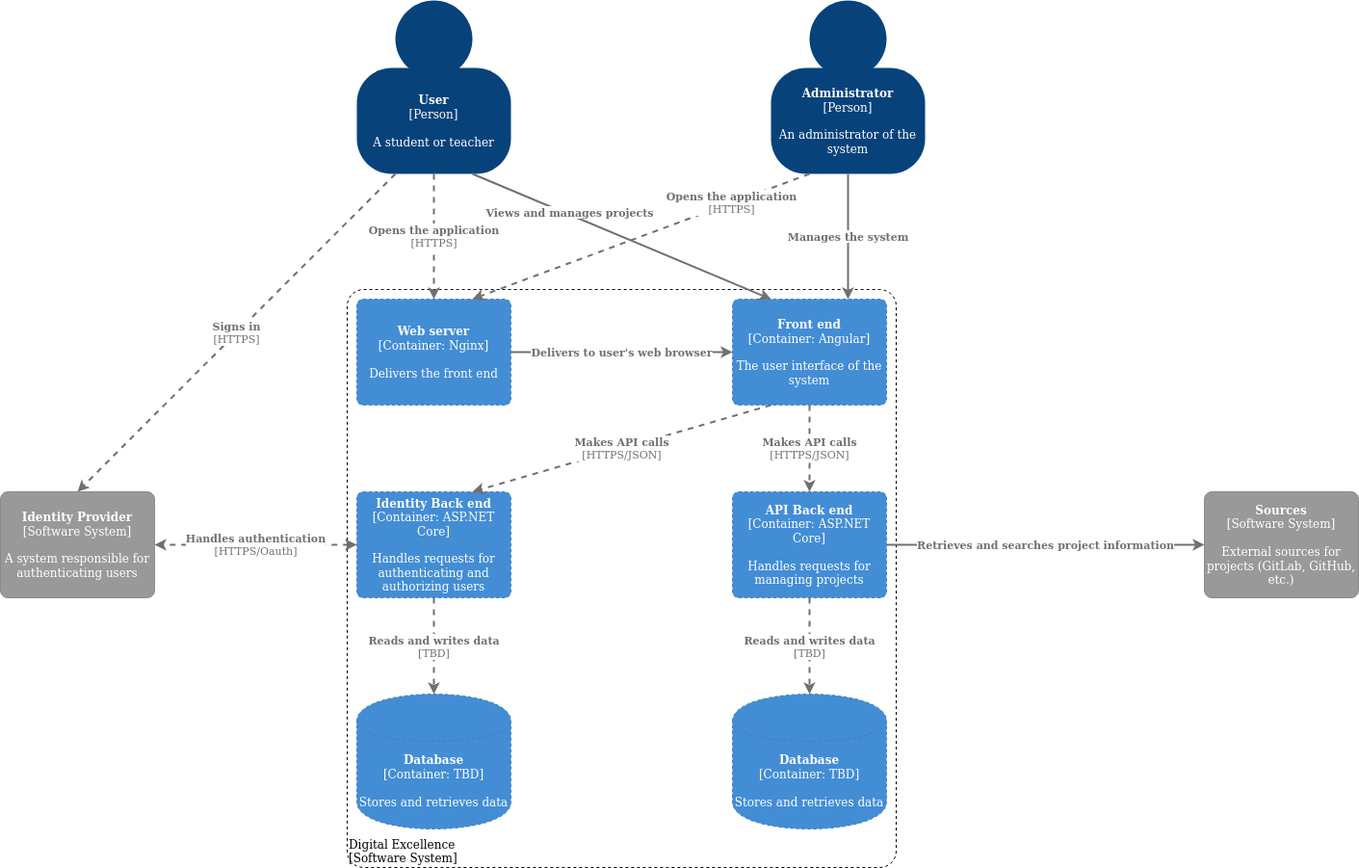
aintabb/dex-backend-wiki keeps this draw.io diagram as images/architecture/C2.png. Above is the earlier version. Source tidied: cells renumbered, new cells last; positions are measured from the earlier drawing's top-left corner, leaving out a move shared by most shapes. Its diagram source:
```xml
<mxGraphModel>
  <root>
    <mxCell id="0" />
    <mxCell id="1" parent="0" />
    <mxCell id="2" style="group;rounded=0;labelBackgroundColor=none;fillColor=none;fontColor=#ffffff;align=center;html=1;" parent="1" vertex="1">
      <mxGeometry x="370" width="160" height="180" as="geometry" />
    </mxCell>
    <object id="3" label="&lt;b&gt;User&lt;/b&gt;&lt;div&gt;[Person]&lt;/div&gt;&lt;div&gt;&lt;br&gt;&lt;/div&gt;&lt;div&gt;A student or teacher&lt;br&gt;&lt;/div&gt;" c4Description="Description" c4Name="name" c4Type="body" placeholders="1">
      <mxCell style="rounded=1;whiteSpace=wrap;html=1;labelBackgroundColor=none;fillColor=#08427b;fontColor=#ffffff;align=center;arcSize=33;strokeColor=3c7fc0;" parent="2" vertex="1">
        <mxGeometry y="70" width="160" height="110" as="geometry" />
      </mxCell>
    </object>
    <mxCell id="4" style="ellipse;whiteSpace=wrap;html=1;rounded=0;labelBackgroundColor=none;fillColor=#08427b;fontSize=12;fontColor=#ffffff;align=center;strokeColor=3c7fc0;" parent="2" vertex="1">
      <mxGeometry x="40" width="80" height="80" as="geometry" />
    </mxCell>
    <mxCell id="5" style="group;rounded=0;labelBackgroundColor=none;fillColor=none;fontColor=#ffffff;align=center;html=1;" parent="1" vertex="1">
      <mxGeometry x="800" width="160" height="180" as="geometry" />
    </mxCell>
    <object id="6" label="&lt;b&gt;Administrator&lt;/b&gt;&lt;div&gt;[Person]&lt;/div&gt;&lt;div&gt;&lt;br&gt;&lt;/div&gt;&lt;div&gt;An administrator of the system&lt;br&gt;&lt;/div&gt;" c4Description="Description" c4Name="name" c4Type="body" placeholders="1">
      <mxCell style="rounded=1;whiteSpace=wrap;html=1;labelBackgroundColor=none;fillColor=#08427b;fontColor=#ffffff;align=center;arcSize=33;strokeColor=3c7fc0;" parent="5" vertex="1">
        <mxGeometry y="70" width="160" height="110" as="geometry" />
      </mxCell>
    </object>
    <mxCell id="7" style="ellipse;whiteSpace=wrap;html=1;rounded=0;labelBackgroundColor=none;fillColor=#08427b;fontSize=12;fontColor=#ffffff;align=center;strokeColor=3c7fc0;" parent="5" vertex="1">
      <mxGeometry x="40" width="80" height="80" as="geometry" />
    </mxCell>
    <object id="8" label="&lt;b&gt;Identity Provider&lt;br&gt;&lt;/b&gt;&lt;div&gt;[Software System]&lt;/div&gt;&lt;div&gt;&lt;br&gt;&lt;/div&gt;&lt;div&gt;A system responsible for authenticating users&lt;br&gt;&lt;/div&gt;" c4Description="Description" c4Name="name" c4Type="SoftwareSystemDependency" placeholders="1">
      <mxCell style="rounded=1;whiteSpace=wrap;html=1;labelBackgroundColor=none;fillColor=#999999;fontColor=#ffffff;align=center;arcSize=7;strokeColor=#8a8a8a;" parent="1" vertex="1">
        <mxGeometry y="510" width="160" height="110" as="geometry" />
      </mxCell>
    </object>
    <object id="9" label="&lt;b&gt;Sources&lt;/b&gt;&lt;div&gt;[Software System]&lt;/div&gt;&lt;div&gt;&lt;br&gt;&lt;/div&gt;&lt;div&gt;External sources for projects (GitLab, GitHub, etc.)&lt;br&gt;&lt;/div&gt;" c4Description="Description" c4Name="name" c4Type="SoftwareSystemDependency" placeholders="1">
      <mxCell style="rounded=1;whiteSpace=wrap;html=1;labelBackgroundColor=none;fillColor=#999999;fontColor=#ffffff;align=center;arcSize=7;strokeColor=#8a8a8a;" parent="1" vertex="1">
        <mxGeometry x="1250" y="510" width="160" height="110" as="geometry" />
      </mxCell>
    </object>
    <object id="10" label="&lt;div style=&quot;text-align: left&quot;&gt;Digital Excellence&lt;br&gt;&lt;/div&gt;&lt;div style=&quot;text-align: left&quot;&gt;[Software System]&lt;/div&gt;" c4Application="applicationAndVersion" c4Name="name" c4Type="ExecutionEnvironment" placeholders="1">
      <mxCell style="rounded=1;whiteSpace=wrap;html=1;labelBackgroundColor=none;fillColor=#ffffff;fontColor=#000000;align=left;arcSize=3;strokeColor=#000000;verticalAlign=bottom;dashed=1;" parent="1" vertex="1">
        <mxGeometry x="360" y="300" width="570" height="600" as="geometry" />
      </mxCell>
    </object>
    <object id="11" label="&lt;span&gt;&lt;b&gt;Web server&lt;/b&gt;&lt;/span&gt;&lt;div&gt;[Container: Nginx&lt;span&gt;]&lt;/span&gt;&lt;/div&gt;&lt;div&gt;&lt;br&gt;&lt;/div&gt;&lt;div&gt;Delivers the front end&lt;br&gt;&lt;/div&gt;" c4Description="Description" c4Name="name" c4Technology="technology" c4Type="Container" placeholders="1">
      <mxCell style="rounded=1;whiteSpace=wrap;html=1;labelBackgroundColor=none;fillColor=#438dd5;fontColor=#ffffff;align=center;arcSize=6;strokeColor=#3c7fc0;dashed=1;" parent="1" vertex="1">
        <mxGeometry x="370" y="310" width="160" height="110" as="geometry" />
      </mxCell>
    </object>
    <object id="12" label="&lt;span&gt;&lt;b&gt;Front end&lt;/b&gt;&lt;/span&gt;&lt;div&gt;[Container: Angular&lt;span&gt;]&lt;/span&gt;&lt;/div&gt;&lt;div&gt;&lt;br&gt;&lt;/div&gt;&lt;div&gt;The user interface of the system&lt;br&gt;&lt;/div&gt;" c4Description="Description" c4Name="name" c4Technology="technology" c4Type="Container" placeholders="1">
      <mxCell style="rounded=1;whiteSpace=wrap;html=1;labelBackgroundColor=none;fillColor=#438dd5;fontColor=#ffffff;align=center;arcSize=6;strokeColor=#3c7fc0;dashed=1;" parent="1" vertex="1">
        <mxGeometry x="760" y="310" width="160" height="110" as="geometry" />
      </mxCell>
    </object>
    <object id="13" label="&lt;span&gt;&lt;b&gt;API Back end&lt;br&gt;&lt;/b&gt;&lt;/span&gt;&lt;div&gt;[Container: ASP.NET Core&lt;span&gt;]&lt;/span&gt;&lt;/div&gt;&lt;div&gt;&lt;br&gt;&lt;/div&gt;&lt;div&gt;Handles requests for managing projects&lt;br&gt;&lt;/div&gt;" c4Description="Description" c4Name="name" c4Technology="technology" c4Type="Container" placeholders="1">
      <mxCell style="rounded=1;whiteSpace=wrap;html=1;labelBackgroundColor=none;fillColor=#438dd5;fontColor=#ffffff;align=center;arcSize=6;strokeColor=#3c7fc0;dashed=1;" parent="1" vertex="1">
        <mxGeometry x="760" y="510" width="160" height="110" as="geometry" />
      </mxCell>
    </object>
    <object id="14" label="&lt;span&gt;&lt;b&gt;Identity Back end&lt;br&gt;&lt;/b&gt;&lt;/span&gt;&lt;div&gt;[Container: ASP.NET Core&lt;span&gt;]&lt;/span&gt;&lt;/div&gt;&lt;div&gt;&lt;br&gt;&lt;/div&gt;&lt;div&gt;Handles requests for authenticating and authorizing users&lt;br&gt;&lt;/div&gt;" c4Description="Description" c4Name="name" c4Technology="technology" c4Type="Container" placeholders="1">
      <mxCell style="rounded=1;whiteSpace=wrap;html=1;labelBackgroundColor=none;fillColor=#438dd5;fontColor=#ffffff;align=center;arcSize=6;strokeColor=#3c7fc0;dashed=1;" parent="1" vertex="1">
        <mxGeometry x="370" y="510" width="160" height="110" as="geometry" />
      </mxCell>
    </object>
    <object id="15" label="&lt;b&gt;&lt;span&gt;Database&lt;/span&gt;&lt;/b&gt;&lt;div&gt;[Container: TBD]&lt;/div&gt;&lt;div&gt;&lt;br&gt;&lt;/div&gt;&lt;div&gt;Stores and retrieves data&lt;br&gt;&lt;/div&gt;" c4Description="Description" c4Technology="technology" c4Type="Database" placeholders="1">
      <mxCell style="shape=cylinder;whiteSpace=wrap;html=1;boundedLbl=1;rounded=0;labelBackgroundColor=none;fillColor=#438dd5;fontSize=12;fontColor=#ffffff;align=center;strokeColor=#3c7fc0;dashed=1;" parent="1" vertex="1">
        <mxGeometry x="760" y="720" width="160" height="140" as="geometry" />
      </mxCell>
    </object>
    <mxCell id="16" value="&lt;div style=&quot;text-align: left&quot;&gt;&lt;div style=&quot;text-align: center&quot;&gt;&lt;b&gt;Delivers to user's web browser&lt;br&gt;&lt;/b&gt;&lt;/div&gt;&lt;/div&gt;" style="edgeStyle=none;rounded=0;html=1;entryX=0;entryY=0.5;jettySize=auto;strokeColor=#707070;strokeWidth=2;fontColor=#707070;jumpStyle=none;startArrow=none;startFill=0;exitX=1;exitY=0.5;exitDx=0;exitDy=0;entryDx=0;entryDy=0;" parent="1" edge="1" source="11" target="12">
      <mxGeometry relative="1" as="geometry" />
    </mxCell>
    <mxCell id="17" value="&lt;div style=&quot;text-align: left&quot;&gt;&lt;div style=&quot;text-align: center&quot;&gt;&lt;b&gt;Makes API calls&lt;br&gt;&lt;/b&gt;&lt;/div&gt;&lt;div style=&quot;text-align: center&quot;&gt;[HTTPS/JSON]&lt;/div&gt;&lt;/div&gt;" style="edgeStyle=none;rounded=0;html=1;entryX=0.5;entryY=0;jettySize=auto;strokeColor=#707070;strokeWidth=2;fontColor=#707070;jumpStyle=none;dashed=1;startArrow=none;startFill=0;entryDx=0;entryDy=0;exitX=0.5;exitY=1;exitDx=0;exitDy=0;" parent="1" edge="1" source="12" target="13">
      <mxGeometry relative="1" as="geometry" />
    </mxCell>
    <mxCell id="18" value="&lt;div style=&quot;text-align: left&quot;&gt;&lt;div style=&quot;text-align: center&quot;&gt;&lt;b&gt;Makes API calls&lt;br&gt;&lt;/b&gt;&lt;/div&gt;&lt;div style=&quot;text-align: center&quot;&gt;[HTTPS/JSON]&lt;/div&gt;&lt;/div&gt;" style="edgeStyle=none;rounded=0;html=1;entryX=0.75;entryY=0;jettySize=auto;strokeColor=#707070;strokeWidth=2;fontColor=#707070;jumpStyle=none;dashed=1;startArrow=none;startFill=0;entryDx=0;entryDy=0;exitX=0.25;exitY=1;exitDx=0;exitDy=0;" parent="1" edge="1" source="12" target="14">
      <mxGeometry relative="1" as="geometry" />
    </mxCell>
    <mxCell id="19" value="&lt;div style=&quot;text-align: left&quot;&gt;&lt;div style=&quot;text-align: center&quot;&gt;&lt;b&gt;Reads and writes data&lt;br&gt;&lt;/b&gt;&lt;/div&gt;&lt;div style=&quot;text-align: center&quot;&gt;[TBD]&lt;/div&gt;&lt;/div&gt;" style="edgeStyle=none;rounded=0;html=1;entryX=0.5;entryY=0;jettySize=auto;strokeColor=#707070;strokeWidth=2;fontColor=#707070;jumpStyle=none;dashed=1;startArrow=none;startFill=0;entryDx=0;entryDy=0;exitX=0.5;exitY=1;exitDx=0;exitDy=0;" parent="1" edge="1" source="13" target="15">
      <mxGeometry relative="1" as="geometry" />
    </mxCell>
    <mxCell id="20" value="&lt;div style=&quot;text-align: left&quot;&gt;&lt;div style=&quot;text-align: center&quot;&gt;&lt;b&gt;Handles authentication&lt;br&gt;&lt;/b&gt;&lt;/div&gt;&lt;div style=&quot;text-align: center&quot;&gt;[HTTPS/Oauth]&lt;/div&gt;&lt;/div&gt;" style="edgeStyle=none;rounded=0;html=1;entryX=1;entryY=0.5;jettySize=auto;strokeColor=#707070;strokeWidth=2;fontColor=#707070;jumpStyle=none;dashed=1;exitX=0;exitY=0.5;exitDx=0;exitDy=0;entryDx=0;entryDy=0;startArrow=classic;startFill=1;" parent="1" edge="1" source="14" target="8">
      <mxGeometry relative="1" as="geometry" />
    </mxCell>
    <mxCell id="21" value="&lt;div style=&quot;text-align: left&quot;&gt;&lt;div style=&quot;text-align: center&quot;&gt;&lt;b&gt;Retrieves and searches project information&lt;br&gt;&lt;/b&gt;&lt;/div&gt;&lt;/div&gt;" style="edgeStyle=none;rounded=0;html=1;entryX=0;entryY=0.5;jettySize=auto;strokeColor=#707070;strokeWidth=2;fontColor=#707070;jumpStyle=none;exitX=1;exitY=0.5;exitDx=0;exitDy=0;entryDx=0;entryDy=0;" parent="1" edge="1" source="13" target="9">
      <mxGeometry relative="1" as="geometry" />
    </mxCell>
    <mxCell id="22" value="&lt;div style=&quot;text-align: left&quot;&gt;&lt;div style=&quot;text-align: center&quot;&gt;&lt;b&gt;Signs in&lt;br&gt;&lt;/b&gt;&lt;/div&gt;&lt;div style=&quot;text-align: center&quot;&gt;[HTTPS]&lt;/div&gt;&lt;/div&gt;" style="edgeStyle=none;rounded=0;html=1;entryX=0.5;entryY=0;jettySize=auto;strokeColor=#707070;strokeWidth=2;fontColor=#707070;jumpStyle=none;dashed=1;exitX=0.25;exitY=1;exitDx=0;exitDy=0;entryDx=0;entryDy=0;" parent="1" edge="1" source="3" target="8">
      <mxGeometry relative="1" as="geometry" />
    </mxCell>
    <mxCell id="23" value="&lt;div style=&quot;text-align: left&quot;&gt;&lt;div style=&quot;text-align: center&quot;&gt;&lt;b&gt;Manages the system&lt;br&gt;&lt;/b&gt;&lt;/div&gt;&lt;/div&gt;" style="edgeStyle=none;rounded=0;html=1;entryX=0.75;entryY=0;jettySize=auto;strokeColor=#707070;strokeWidth=2;fontColor=#707070;jumpStyle=none;exitX=0.5;exitY=1;exitDx=0;exitDy=0;entryDx=0;entryDy=0;" parent="1" edge="1" source="6" target="12">
      <mxGeometry relative="1" as="geometry" />
    </mxCell>
    <mxCell id="24" value="&lt;div style=&quot;text-align: left&quot;&gt;&lt;div style=&quot;text-align: center&quot;&gt;&lt;b&gt;Views and manages projects&lt;br&gt;&lt;/b&gt;&lt;/div&gt;&lt;/div&gt;" style="edgeStyle=none;rounded=0;html=1;entryX=0.25;entryY=0;jettySize=auto;strokeColor=#707070;strokeWidth=2;fontColor=#707070;jumpStyle=none;exitX=0.75;exitY=1;exitDx=0;exitDy=0;entryDx=0;entryDy=0;" parent="1" edge="1" source="3" target="12">
      <mxGeometry x="-0.36" y="2" relative="1" as="geometry" />
    </mxCell>
    <mxCell id="25" value="&lt;div style=&quot;text-align: left&quot;&gt;&lt;div style=&quot;text-align: center&quot;&gt;&lt;b&gt;Opens the application&lt;br&gt;&lt;/b&gt;&lt;/div&gt;&lt;div style=&quot;text-align: center&quot;&gt;[HTTPS]&lt;/div&gt;&lt;/div&gt;" style="edgeStyle=none;rounded=0;html=1;entryX=0.5;entryY=0;jettySize=auto;strokeColor=#707070;strokeWidth=2;fontColor=#707070;jumpStyle=none;dashed=1;startArrow=none;startFill=0;exitX=0.5;exitY=1;exitDx=0;exitDy=0;entryDx=0;entryDy=0;" parent="1" edge="1" source="3" target="11">
      <mxGeometry relative="1" as="geometry" />
    </mxCell>
    <mxCell id="26" value="&lt;div style=&quot;text-align: left&quot;&gt;&lt;div style=&quot;text-align: center&quot;&gt;&lt;b&gt;Opens the application&lt;br&gt;&lt;/b&gt;&lt;/div&gt;&lt;div style=&quot;text-align: center&quot;&gt;[HTTPS]&lt;/div&gt;&lt;/div&gt;" style="edgeStyle=none;rounded=0;html=1;entryX=0.75;entryY=0;jettySize=auto;strokeColor=#707070;strokeWidth=2;fontColor=#707070;jumpStyle=none;dashed=1;startArrow=none;startFill=0;exitX=0.25;exitY=1;exitDx=0;exitDy=0;entryDx=0;entryDy=0;" parent="1" edge="1" source="6" target="11">
      <mxGeometry x="-0.54" relative="1" as="geometry" />
    </mxCell>
    <object id="27" label="&lt;b&gt;&lt;span&gt;Database&lt;/span&gt;&lt;/b&gt;&lt;div&gt;[Container: TBD]&lt;/div&gt;&lt;div&gt;&lt;br&gt;&lt;/div&gt;&lt;div&gt;Stores and retrieves data&lt;br&gt;&lt;/div&gt;" c4Description="Description" c4Technology="technology" c4Type="Database" placeholders="1">
      <mxCell style="shape=cylinder;whiteSpace=wrap;html=1;boundedLbl=1;rounded=0;labelBackgroundColor=none;fillColor=#438dd5;fontSize=12;fontColor=#ffffff;align=center;strokeColor=#3c7fc0;dashed=1;" parent="1" vertex="1">
        <mxGeometry x="370" y="720" width="160" height="140" as="geometry" />
      </mxCell>
    </object>
    <mxCell id="28" value="&lt;div style=&quot;text-align: left&quot;&gt;&lt;div style=&quot;text-align: center&quot;&gt;&lt;b&gt;Reads and writes data&lt;br&gt;&lt;/b&gt;&lt;/div&gt;&lt;div style=&quot;text-align: center&quot;&gt;[TBD]&lt;/div&gt;&lt;/div&gt;" style="edgeStyle=none;rounded=0;html=1;entryX=0.5;entryY=0;jettySize=auto;strokeColor=#707070;strokeWidth=2;fontColor=#707070;jumpStyle=none;dashed=1;startArrow=none;startFill=0;entryDx=0;entryDy=0;exitX=0.5;exitY=1;exitDx=0;exitDy=0;" parent="1" edge="1" source="14" target="27">
      <mxGeometry relative="1" as="geometry" />
    </mxCell>
  </root>
</mxGraphModel>
```
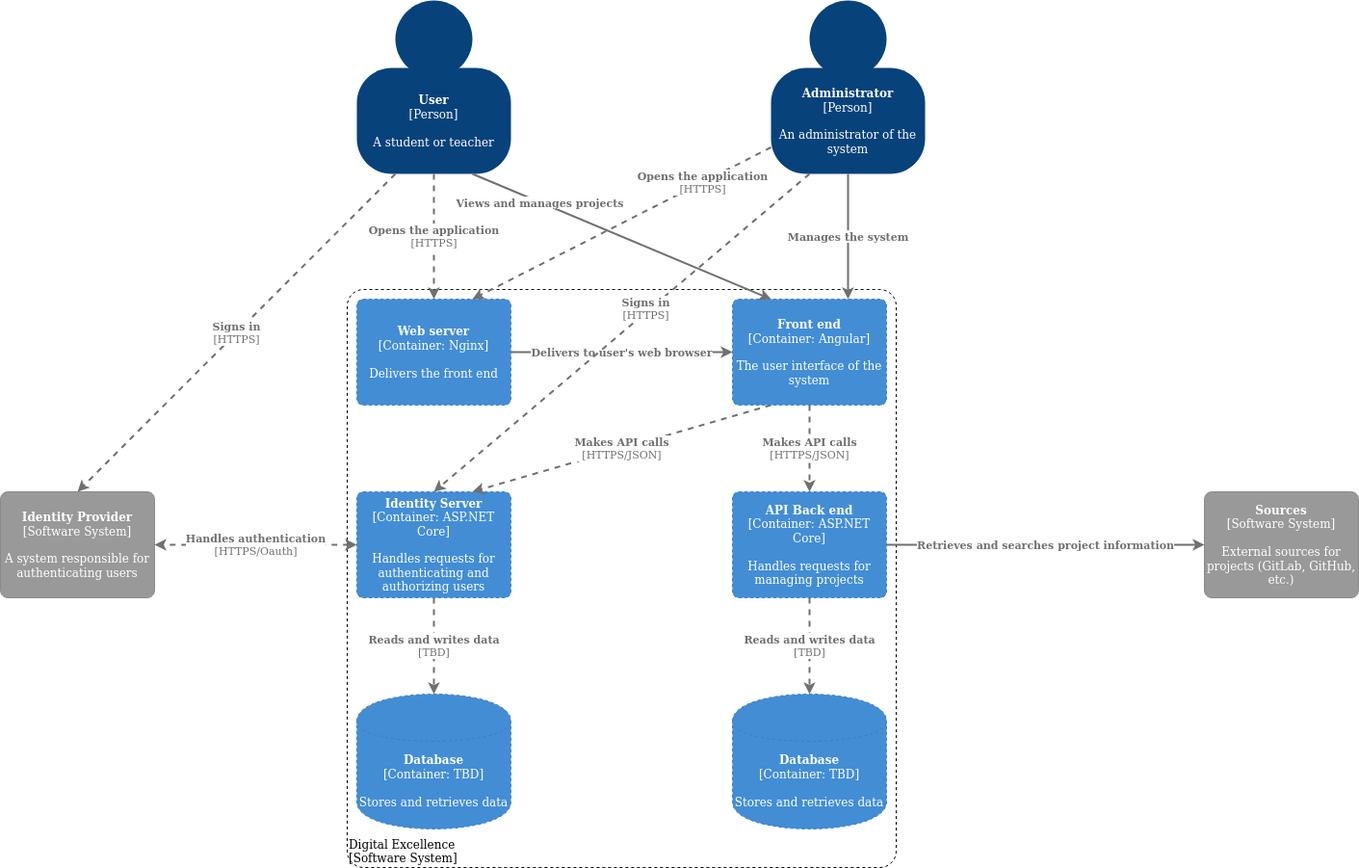
The same file after the commit.

Change to the diagram source:
```diff
@@ -54,7 +54,7 @@
         <mxGeometry x="760" y="510" width="160" height="110" as="geometry" />
       </mxCell>
     </object>
-    <object id="14" label="&lt;span&gt;&lt;b&gt;Identity Back end&lt;br&gt;&lt;/b&gt;&lt;/span&gt;&lt;div&gt;[Container: ASP.NET Core&lt;span&gt;]&lt;/span&gt;&lt;/div&gt;&lt;div&gt;&lt;br&gt;&lt;/div&gt;&lt;div&gt;Handles requests for authenticating and authorizing users&lt;br&gt;&lt;/div&gt;" c4Description="Description" c4Name="name" c4Technology="technology" c4Type="Container" placeholders="1">
+    <object id="14" label="&lt;span&gt;&lt;b&gt;Identity Server&lt;br&gt;&lt;/b&gt;&lt;/span&gt;&lt;div&gt;[Container: ASP.NET Core&lt;span&gt;]&lt;/span&gt;&lt;/div&gt;&lt;div&gt;&lt;br&gt;&lt;/div&gt;&lt;div&gt;Handles requests for authenticating and authorizing users&lt;br&gt;&lt;/div&gt;" c4Description="Description" c4Name="name" c4Technology="technology" c4Type="Container" placeholders="1">
       <mxCell style="rounded=1;whiteSpace=wrap;html=1;labelBackgroundColor=none;fillColor=#438dd5;fontColor=#ffffff;align=center;arcSize=6;strokeColor=#3c7fc0;dashed=1;" parent="1" vertex="1">
         <mxGeometry x="370" y="510" width="160" height="110" as="geometry" />
       </mxCell>
@@ -89,12 +89,12 @@
       <mxGeometry relative="1" as="geometry" />
     </mxCell>
     <mxCell id="24" value="&lt;div style=&quot;text-align: left&quot;&gt;&lt;div style=&quot;text-align: center&quot;&gt;&lt;b&gt;Views and manages projects&lt;br&gt;&lt;/b&gt;&lt;/div&gt;&lt;/div&gt;" style="edgeStyle=none;rounded=0;html=1;entryX=0.25;entryY=0;jettySize=auto;strokeColor=#707070;strokeWidth=2;fontColor=#707070;jumpStyle=none;exitX=0.75;exitY=1;exitDx=0;exitDy=0;entryDx=0;entryDy=0;" parent="1" edge="1" source="3" target="12">
-      <mxGeometry x="-0.36" y="2" relative="1" as="geometry" />
+      <mxGeometry x="-0.55" y="-1" relative="1" as="geometry" />
     </mxCell>
     <mxCell id="25" value="&lt;div style=&quot;text-align: left&quot;&gt;&lt;div style=&quot;text-align: center&quot;&gt;&lt;b&gt;Opens the application&lt;br&gt;&lt;/b&gt;&lt;/div&gt;&lt;div style=&quot;text-align: center&quot;&gt;[HTTPS]&lt;/div&gt;&lt;/div&gt;" style="edgeStyle=none;rounded=0;html=1;entryX=0.5;entryY=0;jettySize=auto;strokeColor=#707070;strokeWidth=2;fontColor=#707070;jumpStyle=none;dashed=1;startArrow=none;startFill=0;exitX=0.5;exitY=1;exitDx=0;exitDy=0;entryDx=0;entryDy=0;" parent="1" edge="1" source="3" target="11">
       <mxGeometry relative="1" as="geometry" />
     </mxCell>
-    <mxCell id="26" value="&lt;div style=&quot;text-align: left&quot;&gt;&lt;div style=&quot;text-align: center&quot;&gt;&lt;b&gt;Opens the application&lt;br&gt;&lt;/b&gt;&lt;/div&gt;&lt;div style=&quot;text-align: center&quot;&gt;[HTTPS]&lt;/div&gt;&lt;/div&gt;" style="edgeStyle=none;rounded=0;html=1;entryX=0.75;entryY=0;jettySize=auto;strokeColor=#707070;strokeWidth=2;fontColor=#707070;jumpStyle=none;dashed=1;startArrow=none;startFill=0;exitX=0.25;exitY=1;exitDx=0;exitDy=0;entryDx=0;entryDy=0;" parent="1" edge="1" source="6" target="11">
+    <mxCell id="26" value="&lt;div style=&quot;text-align: left&quot;&gt;&lt;div style=&quot;text-align: center&quot;&gt;&lt;b&gt;Opens the application&lt;br&gt;&lt;/b&gt;&lt;/div&gt;&lt;div style=&quot;text-align: center&quot;&gt;[HTTPS]&lt;/div&gt;&lt;/div&gt;" style="edgeStyle=none;rounded=0;html=1;entryX=0.75;entryY=0;jettySize=auto;strokeColor=#707070;strokeWidth=2;fontColor=#707070;jumpStyle=none;dashed=1;startArrow=none;startFill=0;exitX=0;exitY=0.75;exitDx=0;exitDy=0;entryDx=0;entryDy=0;" parent="1" edge="1" source="6" target="11">
       <mxGeometry x="-0.54" relative="1" as="geometry" />
     </mxCell>
     <object id="27" label="&lt;b&gt;&lt;span&gt;Database&lt;/span&gt;&lt;/b&gt;&lt;div&gt;[Container: TBD]&lt;/div&gt;&lt;div&gt;&lt;br&gt;&lt;/div&gt;&lt;div&gt;Stores and retrieves data&lt;br&gt;&lt;/div&gt;" c4Description="Description" c4Technology="technology" c4Type="Database" placeholders="1">
@@ -105,5 +105,8 @@
     <mxCell id="28" value="&lt;div style=&quot;text-align: left&quot;&gt;&lt;div style=&quot;text-align: center&quot;&gt;&lt;b&gt;Reads and writes data&lt;br&gt;&lt;/b&gt;&lt;/div&gt;&lt;div style=&quot;text-align: center&quot;&gt;[TBD]&lt;/div&gt;&lt;/div&gt;" style="edgeStyle=none;rounded=0;html=1;entryX=0.5;entryY=0;jettySize=auto;strokeColor=#707070;strokeWidth=2;fontColor=#707070;jumpStyle=none;dashed=1;startArrow=none;startFill=0;entryDx=0;entryDy=0;exitX=0.5;exitY=1;exitDx=0;exitDy=0;" parent="1" edge="1" source="14" target="27">
       <mxGeometry relative="1" as="geometry" />
     </mxCell>
+    <mxCell id="29" value="&lt;div style=&quot;text-align: left&quot;&gt;&lt;div style=&quot;text-align: center&quot;&gt;&lt;b&gt;Signs in&lt;br&gt;&lt;/b&gt;&lt;/div&gt;&lt;div style=&quot;text-align: center&quot;&gt;[HTTPS]&lt;/div&gt;&lt;/div&gt;" style="edgeStyle=none;rounded=0;html=1;entryX=0.5;entryY=0;jettySize=auto;strokeColor=#707070;strokeWidth=2;fontColor=#707070;jumpStyle=none;dashed=1;exitX=0.25;exitY=1;exitDx=0;exitDy=0;entryDx=0;entryDy=0;" parent="1" edge="1" source="6" target="14">
+      <mxGeometry x="-0.14" y="-3" relative="1" as="geometry" />
+    </mxCell>
   </root>
 </mxGraphModel>
```
